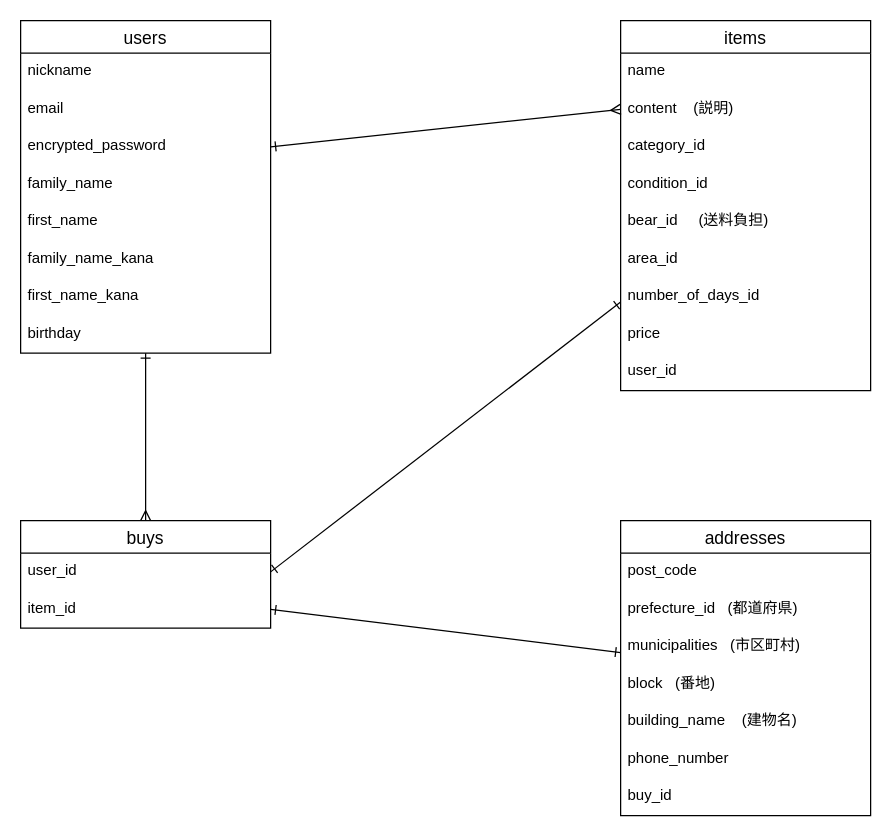
Earlier version of the draw.io diagram test.dio (mofumofusand/furima-40950). Source tidied: cells renumbered, new cells numbered last; positions are measured from the earlier drawing's top-left corner, leaving out a move shared by most shapes. Both pictures are drawn from the tidied source at 125%, with x=0, y=0 at pixel (20, 20).
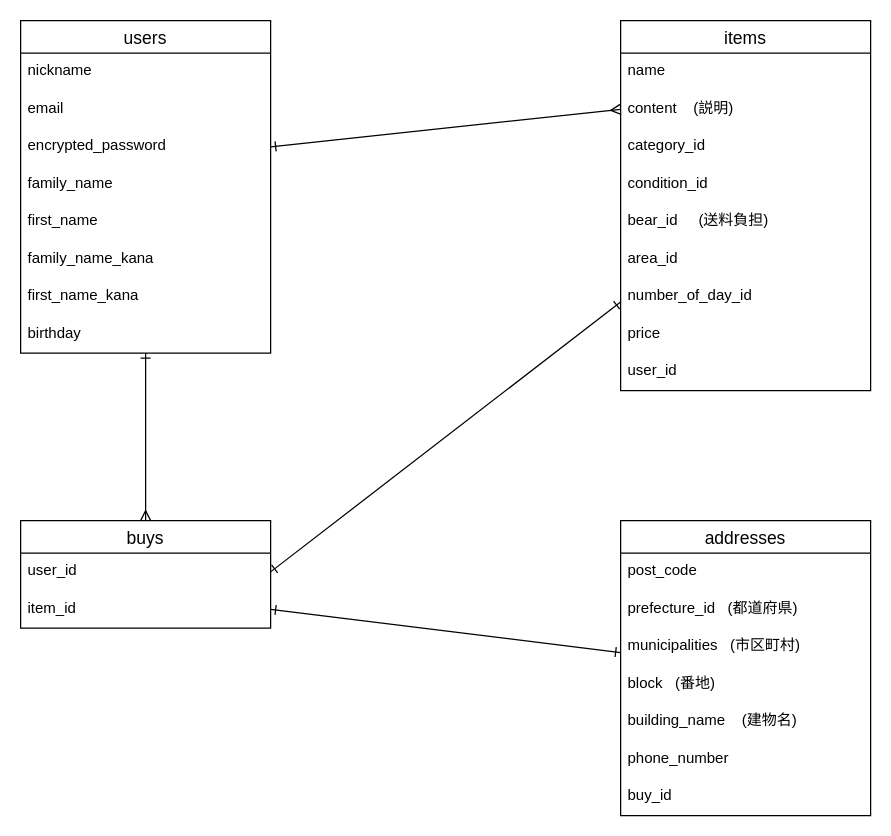
Above is the later version.

Commit message (it also covers changes not shown here):
ER図とREADMEの修正

Unchanged cells that the change refers to:
```xml
<mxCell id="13" value="items" style="swimlane;fontStyle=0;horizontal=1;startSize=26;align=center;fontSize=14;labelBackgroundColor=none;labelBorderColor=none;sketch=0;strokeColor=default;strokeWidth=1;fillColor=none;" parent="1" vertex="1">
  <mxGeometry x="480" width="200" height="296" as="geometry" />
</mxCell>
```

Change to the diagram source:
```diff
@@
-    <mxCell id="20" value="number_of_days_id" style="text;strokeColor=none;fillColor=none;spacingLeft=4;spacingRight=4;overflow=hidden;fontSize=12;labelBackgroundColor=none;labelBorderColor=none;sketch=0;strokeWidth=1;" parent="13" vertex="1">
+    <mxCell id="20" value="number_of_day_id" style="text;strokeColor=none;fillColor=none;spacingLeft=4;spacingRight=4;overflow=hidden;fontSize=12;labelBackgroundColor=none;labelBorderColor=none;sketch=0;strokeWidth=1;" parent="13" vertex="1">
       <mxGeometry y="206" width="200" height="30" as="geometry" />
     </mxCell>
```
